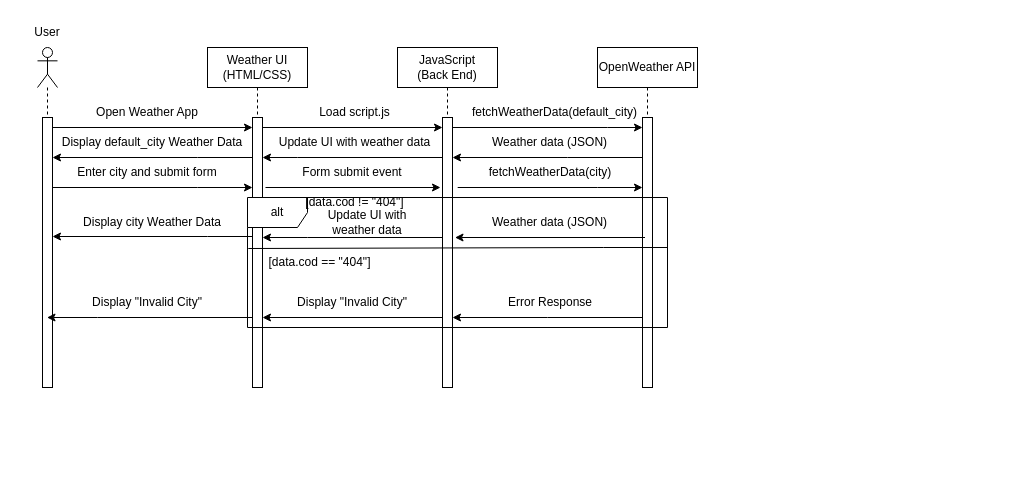
This is Seqeuntial Diagram.drawio from Sandesh-Basnet/Weather_APP, a draw.io file, before an edit. Source tidied: cells renumbered, new cells numbered last; positions are measured from the earlier drawing's top-left corner, leaving out a move shared by most shapes. Both pictures are drawn from the tidied source at 100%, with x=0, y=0 at pixel (17, 17).
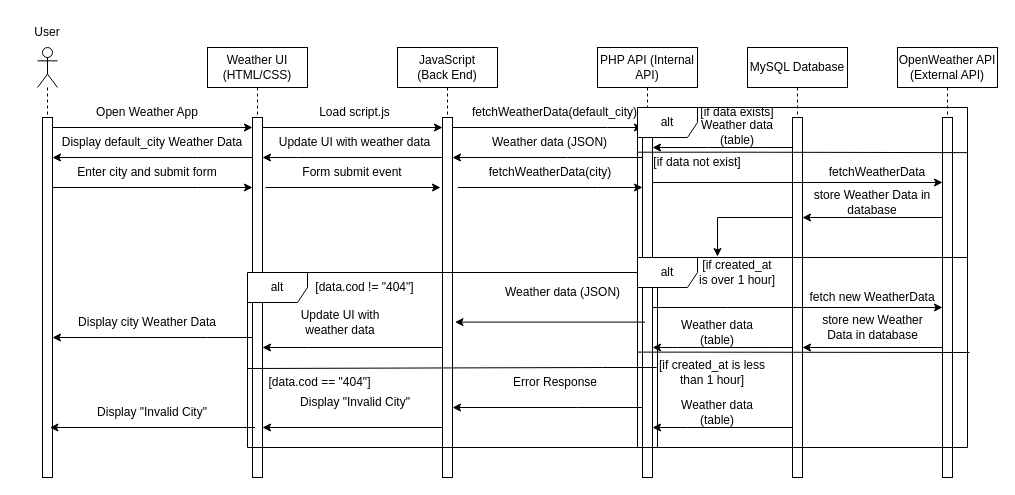
The same diagram, later.

The edit, as a diff of the source:
```diff
@@
     <mxCell id="2" style="shape=umlLifeline;perimeter=lifelinePerimeter;whiteSpace=wrap;html=1;outlineConnect=0;portConstraint=eastwest;newEdgeStyle={&quot;curved&quot;:0,&quot;rounded&quot;:0};participant=umlActor;" parent="1" vertex="1">
-      <mxGeometry x="20" y="30" width="20" height="340" as="geometry" />
+      <mxGeometry x="20" y="30" width="20" height="430" as="geometry" />
     </mxCell>
     <mxCell id="3" style="html=1;points=[[0,0,0,0,5],[0,1,0,0,-5],[1,0,0,0,5],[1,1,0,0,-5]];perimeter=orthogonalPerimeter;outlineConnect=0;targetShapes=umlLifeline;portConstraint=eastwest;newEdgeStyle={&quot;curved&quot;:0,&quot;rounded&quot;:0};" parent="2" vertex="1">
-      <mxGeometry x="5" y="70" width="10" height="270" as="geometry" />
+      <mxGeometry x="5" y="70" width="10" height="360" as="geometry" />
     </mxCell>
     <mxCell id="4" value="&lt;div&gt;Weather UI&lt;/div&gt;&lt;div&gt;(HTML/CSS)&lt;/div&gt;" style="shape=umlLifeline;perimeter=lifelinePerimeter;whiteSpace=wrap;html=1;newEdgeStyle={&quot;curved&quot;:0,&quot;rounded&quot;:0};" parent="1" vertex="1">
-      <mxGeometry x="190" y="30" width="100" height="340" as="geometry" />
+      <mxGeometry x="190" y="30" width="100" height="430" as="geometry" />
     </mxCell>
     <mxCell id="5" style="html=1;points=[[0,0,0,0,5],[0,1,0,0,-5],[1,0,0,0,5],[1,1,0,0,-5]];perimeter=orthogonalPerimeter;outlineConnect=0;targetShapes=umlLifeline;portConstraint=eastwest;newEdgeStyle={&quot;curved&quot;:0,&quot;rounded&quot;:0};" parent="4" vertex="1">
-      <mxGeometry x="45" y="70" width="10" height="270" as="geometry" />
+      <mxGeometry x="45" y="70" width="10" height="360" as="geometry" />
     </mxCell>
     <mxCell id="6" value="&lt;div&gt;JavaScript&lt;/div&gt;&lt;div&gt;(Back End)&lt;/div&gt;" style="shape=umlLifeline;perimeter=lifelinePerimeter;whiteSpace=wrap;html=1;newEdgeStyle={&quot;curved&quot;:0,&quot;rounded&quot;:0};" parent="1" vertex="1">
-      <mxGeometry x="380" y="30" width="100" height="340" as="geometry" />
+      <mxGeometry x="380" y="30" width="100" height="430" as="geometry" />
     </mxCell>
     <mxCell id="7" style="html=1;points=[[0,0,0,0,5],[0,1,0,0,-5],[1,0,0,0,5],[1,1,0,0,-5]];perimeter=orthogonalPerimeter;outlineConnect=0;targetShapes=umlLifeline;portConstraint=eastwest;newEdgeStyle={&quot;curved&quot;:0,&quot;rounded&quot;:0};" parent="6" vertex="1">
-      <mxGeometry x="45" y="70" width="10" height="270" as="geometry" />
+      <mxGeometry x="45" y="70" width="10" height="360" as="geometry" />
     </mxCell>
-    <mxCell id="8" value="OpenWeather API" style="shape=umlLifeline;perimeter=lifelinePerimeter;whiteSpace=wrap;html=1;newEdgeStyle={&quot;curved&quot;:0,&quot;rounded&quot;:0};" parent="1" vertex="1">
-      <mxGeometry x="580" y="30" width="100" height="340" as="geometry" />
+    <mxCell id="8" value="PHP API (Internal API)" style="shape=umlLifeline;perimeter=lifelinePerimeter;whiteSpace=wrap;html=1;newEdgeStyle={&quot;curved&quot;:0,&quot;rounded&quot;:0};" parent="1" vertex="1">
+      <mxGeometry x="580" y="30" width="100" height="430" as="geometry" />
     </mxCell>
     <mxCell id="9" style="html=1;points=[[0,0,0,0,5],[0,1,0,0,-5],[1,0,0,0,5],[1,1,0,0,-5]];perimeter=orthogonalPerimeter;outlineConnect=0;targetShapes=umlLifeline;portConstraint=eastwest;newEdgeStyle={&quot;curved&quot;:0,&quot;rounded&quot;:0};" parent="8" vertex="1">
-      <mxGeometry x="45" y="70" width="10" height="270" as="geometry" />
+      <mxGeometry x="45" y="70" width="10" height="360" as="geometry" />
     </mxCell>
@@
     <mxCell id="27" value="&amp;nbsp;alt&amp;nbsp;" style="shape=umlFrame;whiteSpace=wrap;html=1;" parent="1" vertex="1">
-      <mxGeometry x="230" y="180" width="420" height="130" as="geometry" />
+      <mxGeometry x="230" y="255" width="410" height="175" as="geometry" />
     </mxCell>
-    <mxCell id="28" style="endArrow=none;html=1;rounded=0;exitX=0.012;exitY=0.478;exitDx=0;exitDy=0;exitPerimeter=0;entryX=1.01;entryY=0.467;entryDx=0;entryDy=0;entryPerimeter=0;" parent="1" edge="1">
+    <mxCell id="28" style="endArrow=none;html=1;rounded=0;exitX=0.012;exitY=0.478;exitDx=0;exitDy=0;exitPerimeter=0;" parent="1" edge="1">
       <mxGeometry relative="1" as="geometry">
-        <mxPoint x="230.8" y="231" as="sourcePoint" />
-        <mxPoint x="650" y="230" as="targetPoint" />
+        <mxPoint x="230" y="351" as="sourcePoint" />
+        <mxPoint x="639.2" y="350" as="targetPoint" />
         <Array as="points">
-          <mxPoint x="585.8" y="230" />
+          <mxPoint x="585" y="350" />
         </Array>
       </mxGeometry>
     </mxCell>
     <mxCell id="29" value="[data.cod != &quot;404&quot;]" style="text;html=1;whiteSpace=wrap;strokeColor=none;fillColor=none;align=center;verticalAlign=middle;rounded=0;" parent="1" vertex="1">
-      <mxGeometry x="275" y="170" width="125" height="30" as="geometry" />
+      <mxGeometry x="285" y="255" width="125" height="30" as="geometry" />
     </mxCell>
     <mxCell id="30" value="[data.cod == &quot;404&quot;]" style="text;html=1;whiteSpace=wrap;strokeColor=none;fillColor=none;align=center;verticalAlign=middle;rounded=0;" parent="1" vertex="1">
-      <mxGeometry x="240" y="230" width="125" height="30" as="geometry" />
+      <mxGeometry x="240" y="350" width="125" height="30" as="geometry" />
     </mxCell>
     <mxCell id="31" style="edgeStyle=orthogonalEdgeStyle;rounded=0;orthogonalLoop=1;jettySize=auto;html=1;curved=0;" parent="1" edge="1">
       <mxGeometry relative="1" as="geometry">
-        <mxPoint x="627.5" y="220" as="sourcePoint" />
-        <mxPoint x="437.5" y="220" as="targetPoint" />
+        <mxPoint x="627.5" y="304.6" as="sourcePoint" />
+        <mxPoint x="437.5" y="304.6" as="targetPoint" />
         <Array as="points">
-          <mxPoint x="612.5" y="220" />
-          <mxPoint x="612.5" y="220" />
+          <mxPoint x="612.5" y="304.6" />
+          <mxPoint x="612.5" y="304.6" />
         </Array>
       </mxGeometry>
     </mxCell>
     <mxCell id="32" value="Weather data (JSON)" style="text;html=1;whiteSpace=wrap;strokeColor=none;fillColor=none;align=center;verticalAlign=middle;rounded=0;" parent="1" vertex="1">
-      <mxGeometry x="470" y="190" width="125" height="30" as="geometry" />
+      <mxGeometry x="482.5" y="260" width="125" height="30" as="geometry" />
     </mxCell>
     <mxCell id="33" style="edgeStyle=orthogonalEdgeStyle;rounded=0;orthogonalLoop=1;jettySize=auto;html=1;curved=0;" parent="1" edge="1">
       <mxGeometry relative="1" as="geometry">
-        <mxPoint x="425" y="220" as="sourcePoint" />
-        <mxPoint x="245" y="220" as="targetPoint" />
+        <mxPoint x="425" y="330" as="sourcePoint" />
+        <mxPoint x="245" y="330" as="targetPoint" />
         <Array as="points">
-          <mxPoint x="290" y="220" />
-          <mxPoint x="290" y="220" />
+          <mxPoint x="290" y="330" />
+          <mxPoint x="290" y="330" />
         </Array>
       </mxGeometry>
     </mxCell>
     <mxCell id="34" value="Display &quot;Invalid City&quot;" style="text;html=1;whiteSpace=wrap;strokeColor=none;fillColor=none;align=center;verticalAlign=middle;rounded=0;" parent="1" vertex="1">
-      <mxGeometry x="260" y="270" width="150" height="30" as="geometry" />
+      <mxGeometry x="262.5" y="370" width="150" height="30" as="geometry" />
     </mxCell>
     <mxCell id="35" value="Update UI with weather data" style="text;html=1;whiteSpace=wrap;strokeColor=none;fillColor=none;align=center;verticalAlign=middle;rounded=0;" parent="1" vertex="1">
-      <mxGeometry x="290" y="190" width="120" height="30" as="geometry" />
+      <mxGeometry x="262.5" y="290" width="120" height="30" as="geometry" />
     </mxCell>
     <mxCell id="36" style="edgeStyle=orthogonalEdgeStyle;rounded=0;jettySize=auto;html=1;curved=0;" parent="1" edge="1" source="9" target="7">
       <mxGeometry relative="1" as="geometry">
         <Array as="points">
-          <mxPoint x="530" y="300" />
-          <mxPoint x="530" y="300" />
+          <mxPoint x="560" y="390" />
+          <mxPoint x="560" y="390" />
         </Array>
       </mxGeometry>
     </mxCell>
     <mxCell id="37" style="edgeStyle=orthogonalEdgeStyle;rounded=0;orthogonalLoop=1;jettySize=auto;html=1;curved=0;" parent="1" edge="1">
       <mxGeometry relative="1" as="geometry">
-        <mxPoint x="425" y="300" as="sourcePoint" />
-        <mxPoint x="245" y="300" as="targetPoint" />
+        <mxPoint x="425" y="410" as="sourcePoint" />
+        <mxPoint x="245" y="410" as="targetPoint" />
       </mxGeometry>
     </mxCell>
     <mxCell id="38" value="Error Response" style="text;html=1;whiteSpace=wrap;strokeColor=none;fillColor=none;align=center;verticalAlign=middle;rounded=0;" parent="1" vertex="1">
-      <mxGeometry x="457.5" y="270" width="150" height="30" as="geometry" />
+      <mxGeometry x="462.5" y="350" width="150" height="30" as="geometry" />
     </mxCell>
@@
-    <mxCell id="41" style="edgeStyle=orthogonalEdgeStyle;rounded=0;jettySize=auto;html=1;curved=0;" parent="1" edge="1" source="5">
+    <mxCell id="41" style="edgeStyle=orthogonalEdgeStyle;rounded=0;orthogonalLoop=1;jettySize=auto;html=1;curved=0;" parent="1" edge="1">
       <mxGeometry relative="1" as="geometry">
-        <mxPoint x="35" y="219" as="targetPoint" />
+        <mxPoint x="235" y="320" as="sourcePoint" />
+        <mxPoint x="35" y="320" as="targetPoint" />
         <Array as="points">
-          <mxPoint x="190" y="219" />
-          <mxPoint x="190" y="219" />
+          <mxPoint x="190" y="320" />
+          <mxPoint x="190" y="320" />
         </Array>
       </mxGeometry>
     </mxCell>
     <mxCell id="42" value="Display city Weather Data" style="text;html=1;whiteSpace=wrap;strokeColor=none;fillColor=none;align=center;verticalAlign=middle;rounded=0;" parent="1" vertex="1">
-      <mxGeometry x="40" y="190" width="190" height="30" as="geometry" />
+      <mxGeometry x="35" y="290" width="190" height="30" as="geometry" />
     </mxCell>
-    <mxCell id="43" style="edgeStyle=orthogonalEdgeStyle;rounded=0;jettySize=auto;html=1;curved=0;" parent="1" edge="1" source="5" target="2">
+    <mxCell id="43" style="edgeStyle=orthogonalEdgeStyle;rounded=0;orthogonalLoop=1;jettySize=auto;html=1;curved=0;" parent="1" edge="1">
       <mxGeometry relative="1" as="geometry">
+        <mxPoint x="237.6" y="410" as="sourcePoint" />
+        <mxPoint x="32.4" y="410" as="targetPoint" />
         <Array as="points">
-          <mxPoint x="80" y="300" />
-          <mxPoint x="80" y="300" />
+          <mxPoint x="172.6" y="410" />
+          <mxPoint x="172.6" y="410" />
         </Array>
       </mxGeometry>
     </mxCell>
     <mxCell id="44" value="Display &quot;Invalid City&quot;" style="text;html=1;whiteSpace=wrap;strokeColor=none;fillColor=none;align=center;verticalAlign=middle;rounded=0;" parent="1" vertex="1">
-      <mxGeometry x="55" y="270" width="150" height="30" as="geometry" />
+      <mxGeometry x="60" y="380" width="150" height="30" as="geometry" />
     </mxCell>
+    <mxCell id="45" value="MySQL Database" style="shape=umlLifeline;perimeter=lifelinePerimeter;whiteSpace=wrap;html=1;newEdgeStyle={&quot;curved&quot;:0,&quot;rounded&quot;:0};" parent="1" vertex="1">
+      <mxGeometry x="730" y="30" width="100" height="430" as="geometry" />
+    </mxCell>
+    <mxCell id="46" style="html=1;points=[[0,0,0,0,5],[0,1,0,0,-5],[1,0,0,0,5],[1,1,0,0,-5]];perimeter=orthogonalPerimeter;outlineConnect=0;targetShapes=umlLifeline;portConstraint=eastwest;newEdgeStyle={&quot;curved&quot;:0,&quot;rounded&quot;:0};" parent="45" vertex="1">
+      <mxGeometry x="45" y="70" width="10" height="360" as="geometry" />
+    </mxCell>
+    <mxCell id="47" value="OpenWeather API (External API)" style="shape=umlLifeline;perimeter=lifelinePerimeter;whiteSpace=wrap;html=1;newEdgeStyle={&quot;curved&quot;:0,&quot;rounded&quot;:0};" parent="1" vertex="1">
+      <mxGeometry x="880" y="30" width="100" height="430" as="geometry" />
+    </mxCell>
+    <mxCell id="48" style="html=1;points=[[0,0,0,0,5],[0,1,0,0,-5],[1,0,0,0,5],[1,1,0,0,-5]];perimeter=orthogonalPerimeter;outlineConnect=0;targetShapes=umlLifeline;portConstraint=eastwest;newEdgeStyle={&quot;curved&quot;:0,&quot;rounded&quot;:0};" parent="47" vertex="1">
+      <mxGeometry x="45" y="70" width="10" height="360" as="geometry" />
+    </mxCell>
+    <mxCell id="49" value="&amp;nbsp;alt&amp;nbsp;" style="shape=umlFrame;whiteSpace=wrap;html=1;" parent="1" vertex="1">
+      <mxGeometry x="620" y="90" width="330" height="150" as="geometry" />
+    </mxCell>
+    <mxCell id="50" style="endArrow=none;html=1;rounded=0;exitX=0;exitY=0.444;exitDx=0;exitDy=0;exitPerimeter=0;entryX=1;entryY=0.301;entryDx=0;entryDy=0;entryPerimeter=0;" parent="1" edge="1" target="49">
+      <mxGeometry relative="1" as="geometry">
+        <mxPoint x="620" y="134.7" as="sourcePoint" />
+        <Array as="points">
+          <mxPoint x="730" y="134.7" />
+        </Array>
+      </mxGeometry>
+    </mxCell>
+    <mxCell id="51" value="[if data exists]" style="text;html=1;whiteSpace=wrap;strokeColor=none;fillColor=none;align=center;verticalAlign=middle;rounded=0;" parent="1" vertex="1">
+      <mxGeometry x="680" y="90" width="80" height="10" as="geometry" />
+    </mxCell>
+    <mxCell id="52" style="edgeStyle=orthogonalEdgeStyle;rounded=0;jettySize=auto;html=1;curved=0;" parent="1" edge="1" source="46" target="9">
+      <mxGeometry relative="1" as="geometry">
+        <Array as="points">
+          <mxPoint x="690" y="130" />
+          <mxPoint x="690" y="130" />
+        </Array>
+      </mxGeometry>
+    </mxCell>
+    <mxCell id="53" value="Weather data (table)" style="text;html=1;whiteSpace=wrap;strokeColor=none;fillColor=none;align=center;verticalAlign=middle;rounded=0;" parent="1" vertex="1">
+      <mxGeometry x="670" y="110" width="100" height="10" as="geometry" />
+    </mxCell>
+    <mxCell id="54" value="[if data not exist]" style="text;html=1;whiteSpace=wrap;strokeColor=none;fillColor=none;align=center;verticalAlign=middle;rounded=0;" parent="1" vertex="1">
+      <mxGeometry x="630" y="140" width="100" height="10" as="geometry" />
+    </mxCell>
+    <mxCell id="55" style="edgeStyle=orthogonalEdgeStyle;rounded=0;orthogonalLoop=1;jettySize=auto;html=1;curved=0;" parent="1" edge="1">
+      <mxGeometry relative="1" as="geometry">
+        <mxPoint x="635" y="165" as="sourcePoint" />
+        <mxPoint x="925" y="165" as="targetPoint" />
+      </mxGeometry>
+    </mxCell>
+    <mxCell id="56" value="fetchWeatherData" style="text;html=1;whiteSpace=wrap;strokeColor=none;fillColor=none;align=center;verticalAlign=middle;rounded=0;" parent="1" vertex="1">
+      <mxGeometry x="820" y="145" width="80" height="20" as="geometry" />
+    </mxCell>
+    <mxCell id="57" style="edgeStyle=orthogonalEdgeStyle;rounded=0;orthogonalLoop=1;jettySize=auto;html=1;curved=0;" parent="1" edge="1">
+      <mxGeometry relative="1" as="geometry">
+        <mxPoint x="925" y="200" as="sourcePoint" />
+        <mxPoint x="785" y="200" as="targetPoint" />
+      </mxGeometry>
+    </mxCell>
+    <mxCell id="58" value="store Weather Data in database" style="text;html=1;whiteSpace=wrap;strokeColor=none;fillColor=none;align=center;verticalAlign=middle;rounded=0;" parent="1" vertex="1">
+      <mxGeometry x="780" y="175" width="150" height="20" as="geometry" />
+    </mxCell>
+    <mxCell id="59" value="&amp;nbsp;alt&amp;nbsp;" style="shape=umlFrame;whiteSpace=wrap;html=1;" parent="1" vertex="1">
+      <mxGeometry x="620" y="240" width="330" height="190" as="geometry" />
+    </mxCell>
+    <mxCell id="60" style="endArrow=none;html=1;rounded=0;exitX=0;exitY=0.444;exitDx=0;exitDy=0;exitPerimeter=0;entryX=1.005;entryY=0.346;entryDx=0;entryDy=0;entryPerimeter=0;" parent="1" edge="1">
+      <mxGeometry relative="1" as="geometry">
+        <mxPoint x="620" y="334.6" as="sourcePoint" />
+        <mxPoint x="952" y="335" as="targetPoint" />
+        <Array as="points">
+          <mxPoint x="730" y="334.7" />
+        </Array>
+      </mxGeometry>
+    </mxCell>
+    <mxCell id="61" value="[if created_at is over 1 hour]" style="text;html=1;whiteSpace=wrap;strokeColor=none;fillColor=none;align=center;verticalAlign=middle;rounded=0;" parent="1" vertex="1">
+      <mxGeometry x="680" y="250" width="80" height="10" as="geometry" />
+    </mxCell>
+    <mxCell id="62" value="[if created_at is less than 1 hour]" style="text;html=1;whiteSpace=wrap;strokeColor=none;fillColor=none;align=center;verticalAlign=middle;rounded=0;" parent="1" vertex="1">
+      <mxGeometry x="630" y="350" width="130" height="10" as="geometry" />
+    </mxCell>
+    <mxCell id="63" style="edgeStyle=orthogonalEdgeStyle;rounded=0;orthogonalLoop=1;jettySize=auto;html=1;curved=0;" parent="1" edge="1">
+      <mxGeometry relative="1" as="geometry">
+        <mxPoint x="635" y="290" as="sourcePoint" />
+        <mxPoint x="925" y="290" as="targetPoint" />
+        <Array as="points">
+          <mxPoint x="710" y="290" />
+          <mxPoint x="710" y="290" />
+        </Array>
+      </mxGeometry>
+    </mxCell>
+    <mxCell id="64" value="fetch new WeatherData" style="text;html=1;whiteSpace=wrap;strokeColor=none;fillColor=none;align=center;verticalAlign=middle;rounded=0;" parent="1" vertex="1">
+      <mxGeometry x="785" y="270" width="140" height="20" as="geometry" />
+    </mxCell>
+    <mxCell id="65" style="edgeStyle=orthogonalEdgeStyle;rounded=0;jettySize=auto;html=1;curved=0;" parent="1" edge="1" source="48" target="46">
+      <mxGeometry relative="1" as="geometry">
+        <Array as="points">
+          <mxPoint x="920" y="330" />
+          <mxPoint x="920" y="330" />
+        </Array>
+      </mxGeometry>
+    </mxCell>
+    <mxCell id="66" value="store new Weather Data in database" style="text;html=1;whiteSpace=wrap;strokeColor=none;fillColor=none;align=center;verticalAlign=middle;rounded=0;" parent="1" vertex="1">
+      <mxGeometry x="792.5" y="300" width="125" height="20" as="geometry" />
+    </mxCell>
+    <mxCell id="67" style="edgeStyle=orthogonalEdgeStyle;rounded=0;jettySize=auto;html=1;curved=0;" parent="1" edge="1" source="46" target="9">
+      <mxGeometry relative="1" as="geometry">
+        <Array as="points">
+          <mxPoint x="660" y="330" />
+          <mxPoint x="660" y="330" />
+        </Array>
+      </mxGeometry>
+    </mxCell>
+    <mxCell id="68" value="Weather data (table)" style="text;html=1;whiteSpace=wrap;strokeColor=none;fillColor=none;align=center;verticalAlign=middle;rounded=0;" parent="1" vertex="1">
+      <mxGeometry x="650" y="310" width="100" height="10" as="geometry" />
+    </mxCell>
+    <mxCell id="69" style="edgeStyle=orthogonalEdgeStyle;rounded=0;jettySize=auto;html=1;curved=0;" parent="1" edge="1" source="46" target="9">
+      <mxGeometry relative="1" as="geometry">
+        <Array as="points">
+          <mxPoint x="670" y="410" />
+          <mxPoint x="670" y="410" />
+        </Array>
+      </mxGeometry>
+    </mxCell>
+    <mxCell id="70" value="Weather data (table)" style="text;html=1;whiteSpace=wrap;strokeColor=none;fillColor=none;align=center;verticalAlign=middle;rounded=0;" parent="1" vertex="1">
+      <mxGeometry x="650" y="390" width="100" height="10" as="geometry" />
+    </mxCell>
+    <mxCell id="71" style="edgeStyle=orthogonalEdgeStyle;rounded=0;jettySize=auto;html=1;curved=0;" parent="1" edge="1" source="46">
+      <mxGeometry relative="1" as="geometry">
+        <mxPoint x="700" y="239" as="targetPoint" />
+        <Array as="points">
+          <mxPoint x="700" y="200" />
+          <mxPoint x="700" y="239" />
+        </Array>
+      </mxGeometry>
+    </mxCell>
```
